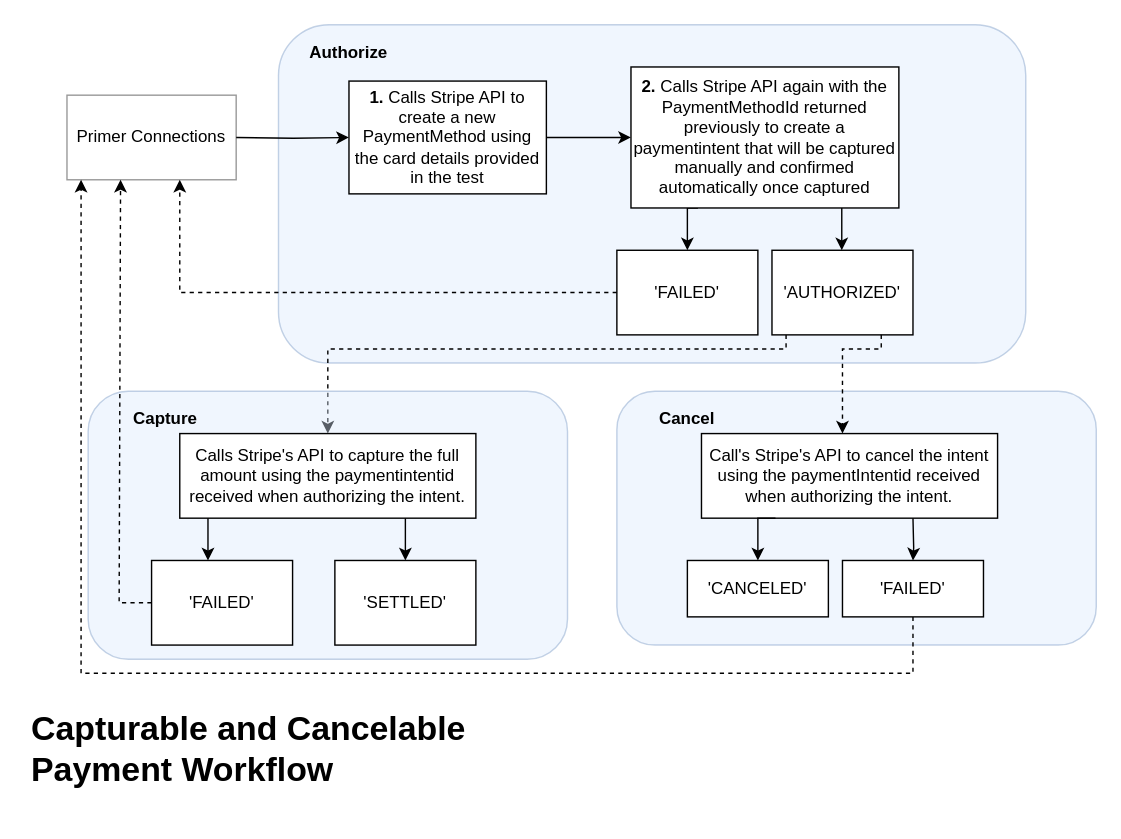
Above: page "workflow" (2 of 2) of primer.drawio in davidmaceachern/integrations-challenge (draw.io), before the change. Source tidied: cells renumbered, new cells numbered last; positions are measured from the earlier drawing's top-left corner, leaving out a move shared by most shapes. Both pictures are drawn from the tidied source at 141%, with x=0, y=0 at pixel (24, 24).
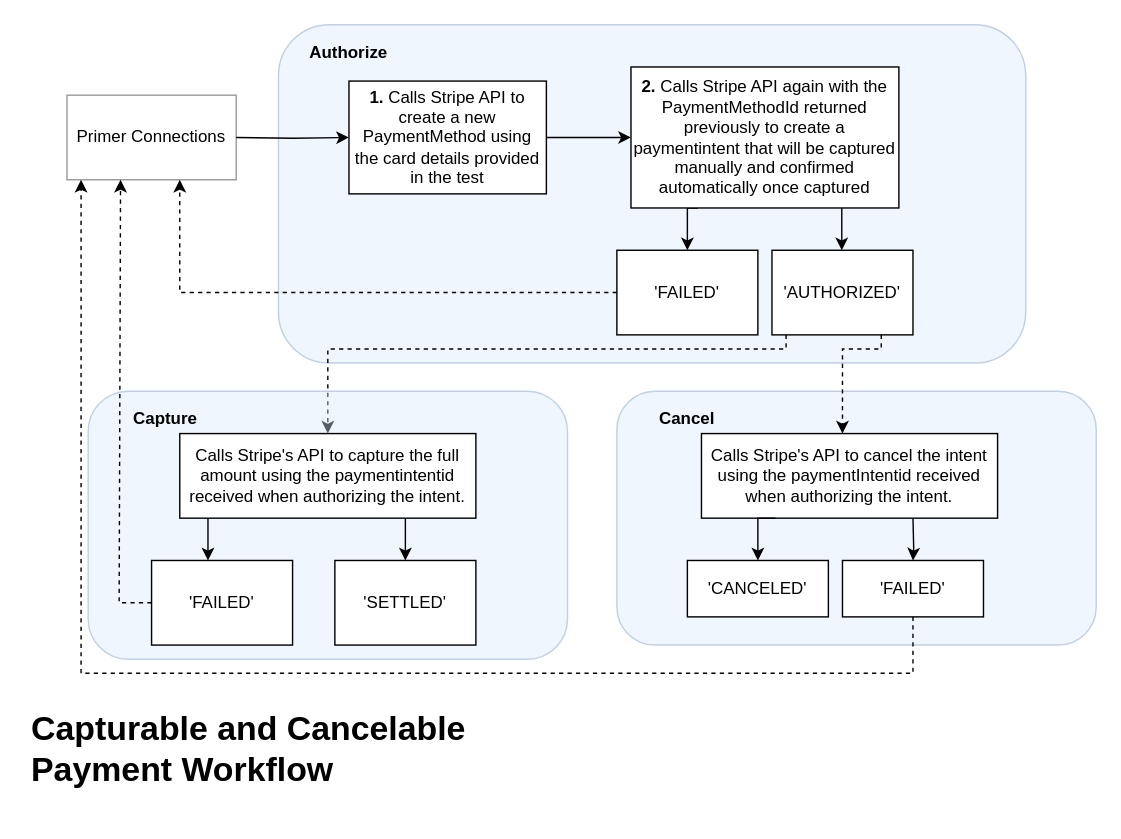
Above is the later version.

Commit message (it also covers changes not shown here):
Correct mistake.

Diff of the diagram source:
```diff
@@
-    <mxCell id="23" value="Call's Stripe's API to cancel the intent using the paymentIntentid received when authorizing the intent." style="rounded=0;whiteSpace=wrap;html=1;" parent="1" vertex="1">
+    <mxCell id="23" value="Calls Stripe's API to cancel the intent using the paymentIntentid received when authorizing the intent." style="rounded=0;whiteSpace=wrap;html=1;" parent="1" vertex="1">
       <mxGeometry x="480" y="290" width="210" height="60" as="geometry" />
     </mxCell>
```
